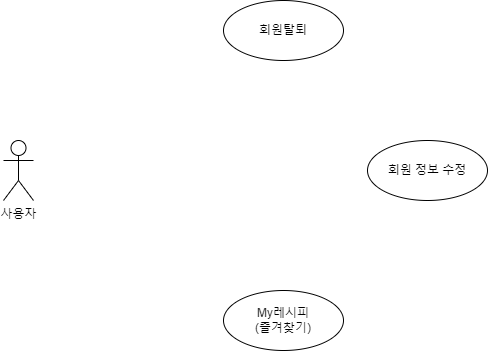
Yoon-jae-min/UsecaseDiagram keeps this draw.io diagram as 마이페이지.png. Above is the earlier version. Source tidied: cells renumbered, new cells last; positions are measured from the earlier drawing's top-left corner, leaving out a move shared by most shapes.
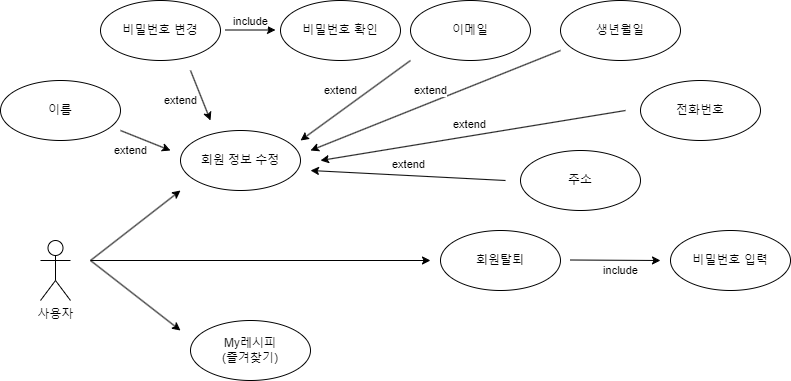
Later version of the same file.

Commit message:
마이페이지.png 업데이트

Change to the diagram source:
```diff
@@ -2,17 +2,108 @@
   <root>
     <mxCell id="0" />
     <mxCell id="1" parent="0" />
-    <mxCell id="2" value="사용자" style="shape=umlActor;verticalLabelPosition=bottom;verticalAlign=top;html=1;" parent="1" vertex="1">
+    <mxCell id="2" value="사용자" style="shape=umlActor;verticalLabelPosition=bottom;verticalAlign=top;html=1;fillColor=none;" parent="1" vertex="1">
       <mxGeometry y="140" width="30" height="60" as="geometry" />
     </mxCell>
-    <mxCell id="3" value="회원탈퇴" style="ellipse;whiteSpace=wrap;html=1;" parent="1" vertex="1">
-      <mxGeometry x="220" width="120" height="60" as="geometry" />
+    <mxCell id="3" value="회원탈퇴" style="ellipse;whiteSpace=wrap;html=1;fillColor=none;" parent="1" vertex="1">
+      <mxGeometry x="400" y="130" width="120" height="60" as="geometry" />
     </mxCell>
-    <mxCell id="4" value="회원 정보 수정" style="ellipse;whiteSpace=wrap;html=1;" parent="1" vertex="1">
-      <mxGeometry x="364" y="140" width="120" height="60" as="geometry" />
+    <mxCell id="4" value="회원 정보 수정" style="ellipse;whiteSpace=wrap;html=1;fillColor=none;" parent="1" vertex="1">
+      <mxGeometry x="140" y="30" width="120" height="60" as="geometry" />
     </mxCell>
-    <mxCell id="5" value="My레시피&lt;div&gt;(즐겨찾기)&lt;/div&gt;" style="ellipse;whiteSpace=wrap;html=1;" parent="1" vertex="1">
-      <mxGeometry x="220" y="290" width="120" height="60" as="geometry" />
+    <mxCell id="5" value="My레시피&lt;div&gt;(즐겨찾기)&lt;/div&gt;" style="ellipse;whiteSpace=wrap;html=1;fillColor=none;" parent="1" vertex="1">
+      <mxGeometry x="150" y="220" width="120" height="60" as="geometry" />
     </mxCell>
+    <mxCell id="6" style="endArrow=classic;html=1;rounded=0;" parent="1" edge="1">
+      <mxGeometry relative="1" as="geometry">
+        <mxPoint x="50" y="160" as="sourcePoint" />
+        <mxPoint x="140" y="90" as="targetPoint" />
+      </mxGeometry>
+    </mxCell>
+    <mxCell id="7" style="endArrow=classic;html=1;rounded=0;" parent="1" edge="1">
+      <mxGeometry relative="1" as="geometry">
+        <mxPoint x="50" y="160" as="sourcePoint" />
+        <mxPoint x="390" y="160" as="targetPoint" />
+      </mxGeometry>
+    </mxCell>
+    <mxCell id="8" style="endArrow=classic;html=1;rounded=0;" parent="1" edge="1">
+      <mxGeometry relative="1" as="geometry">
+        <mxPoint x="50" y="160" as="sourcePoint" />
+        <mxPoint x="140" y="230" as="targetPoint" />
+      </mxGeometry>
+    </mxCell>
+    <mxCell id="9" value="비밀번호 입력" style="ellipse;whiteSpace=wrap;html=1;fillColor=none;" parent="1" vertex="1">
+      <mxGeometry x="630" y="130" width="120" height="60" as="geometry" />
+    </mxCell>
+    <mxCell id="10" value="include" style="endArrow=classic;html=1;rounded=0;" parent="1" edge="1">
+      <mxGeometry x="0.11" y="-10" relative="1" as="geometry">
+        <mxPoint x="530" y="159.5" as="sourcePoint" />
+        <mxPoint x="620" y="160" as="targetPoint" />
+      </mxGeometry>
+    </mxCell>
+    <mxCell id="11" value="이름" style="ellipse;whiteSpace=wrap;html=1;fillColor=none;" parent="1" vertex="1">
+      <mxGeometry x="-40" y="-20" width="120" height="60" as="geometry" />
+    </mxCell>
+    <mxCell id="12" value="비밀번호 변경" style="ellipse;whiteSpace=wrap;html=1;fillColor=none;" parent="1" vertex="1">
+      <mxGeometry x="60" y="-100" width="120" height="60" as="geometry" />
+    </mxCell>
+    <mxCell id="13" value="비밀번호 확인" style="ellipse;whiteSpace=wrap;html=1;fillColor=none;" parent="1" vertex="1">
+      <mxGeometry x="240" y="-100" width="120" height="60" as="geometry" />
+    </mxCell>
+    <mxCell id="14" value="이메일" style="ellipse;whiteSpace=wrap;html=1;fillColor=none;" parent="1" vertex="1">
+      <mxGeometry x="370" y="-100" width="120" height="60" as="geometry" />
+    </mxCell>
+    <mxCell id="15" value="생년월일" style="ellipse;whiteSpace=wrap;html=1;fillColor=none;" parent="1" vertex="1">
+      <mxGeometry x="520" y="-100" width="120" height="60" as="geometry" />
+    </mxCell>
+    <mxCell id="16" value="전화번호" style="ellipse;whiteSpace=wrap;html=1;fillColor=none;" parent="1" vertex="1">
+      <mxGeometry x="600" y="-20" width="120" height="60" as="geometry" />
+    </mxCell>
+    <mxCell id="17" value="주소" style="ellipse;whiteSpace=wrap;html=1;fillColor=none;" parent="1" vertex="1">
+      <mxGeometry x="480" y="50" width="120" height="60" as="geometry" />
+    </mxCell>
+    <mxCell id="18" value="extend" style="endArrow=classic;html=1;rounded=0;" parent="1" edge="1">
+      <mxGeometry x="-0.38" y="-15" relative="1" as="geometry">
+        <mxPoint x="80" y="30" as="sourcePoint" />
+        <mxPoint x="130" y="50" as="targetPoint" />
+      </mxGeometry>
+    </mxCell>
+    <mxCell id="19" value="extend" style="endArrow=classic;html=1;rounded=0;" parent="1" edge="1">
+      <mxGeometry x="-0.1" y="-20" relative="1" as="geometry">
+        <mxPoint x="150" y="-30" as="sourcePoint" />
+        <mxPoint x="170" y="20" as="targetPoint" />
+      </mxGeometry>
+    </mxCell>
+    <mxCell id="20" value="extend" style="endArrow=classic;html=1;rounded=0;" parent="1" edge="1">
+      <mxGeometry x="0.09" y="-17" relative="1" as="geometry">
+        <mxPoint x="370" y="-40" as="sourcePoint" />
+        <mxPoint x="260" y="40" as="targetPoint" />
+      </mxGeometry>
+    </mxCell>
+    <mxCell id="21" value="extend" style="endArrow=classic;html=1;rounded=0;" parent="1" edge="1">
+      <mxGeometry x="0.01" y="-11" relative="1" as="geometry">
+        <mxPoint x="520" y="-50" as="sourcePoint" />
+        <mxPoint x="270" y="50" as="targetPoint" />
+      </mxGeometry>
+    </mxCell>
+    <mxCell id="22" value="include" style="endArrow=classic;html=1;rounded=0;" parent="1" edge="1">
+      <mxGeometry y="10" relative="1" as="geometry">
+        <mxPoint x="185" y="-70.5" as="sourcePoint" />
+        <mxPoint x="235" y="-70.5" as="targetPoint" />
+        <mxPoint y="1" as="offset" />
+      </mxGeometry>
+    </mxCell>
+    <mxCell id="23" value="extend" style="endArrow=classic;html=1;rounded=0;" parent="1" edge="1">
+      <mxGeometry x="0.01" y="-11" relative="1" as="geometry">
+        <mxPoint x="585" y="10" as="sourcePoint" />
+        <mxPoint x="280" y="60" as="targetPoint" />
+      </mxGeometry>
+    </mxCell>
+    <mxCell id="24" value="extend" style="endArrow=classic;html=1;rounded=0;" parent="1" edge="1">
+      <mxGeometry x="0.01" y="-11" relative="1" as="geometry">
+        <mxPoint x="465" y="80" as="sourcePoint" />
+        <mxPoint x="270" y="70" as="targetPoint" />
+      </mxGeometry>
+    </mxCell>
   </root>
 </mxGraphModel>
```
